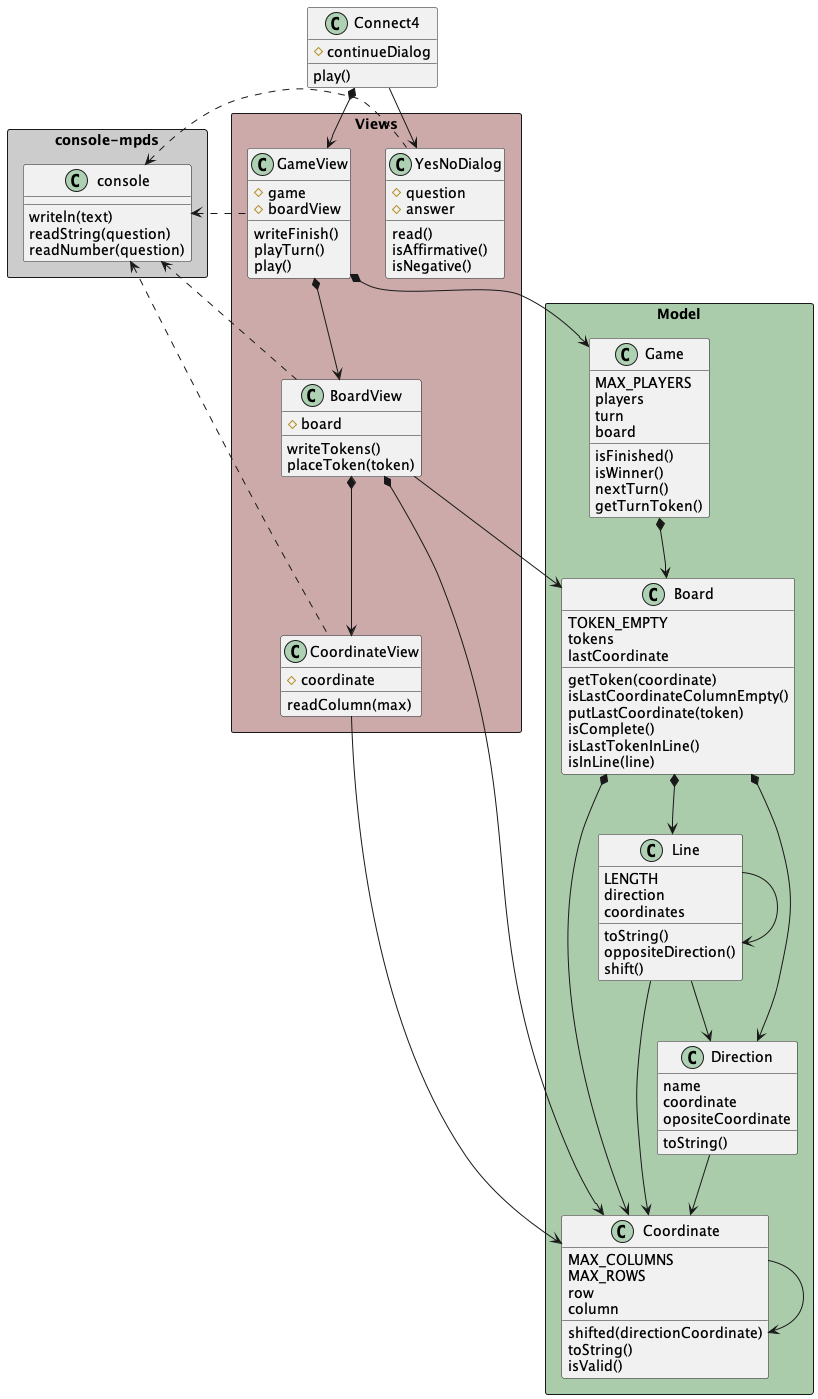
Earlier version of the PlantUML export game-connect4/docs/diagrams/objectOriented/constructorFunction/class diagram/connect4_constructorFunction_classdiagram.png (mpaulaherrero/escuelaIT).
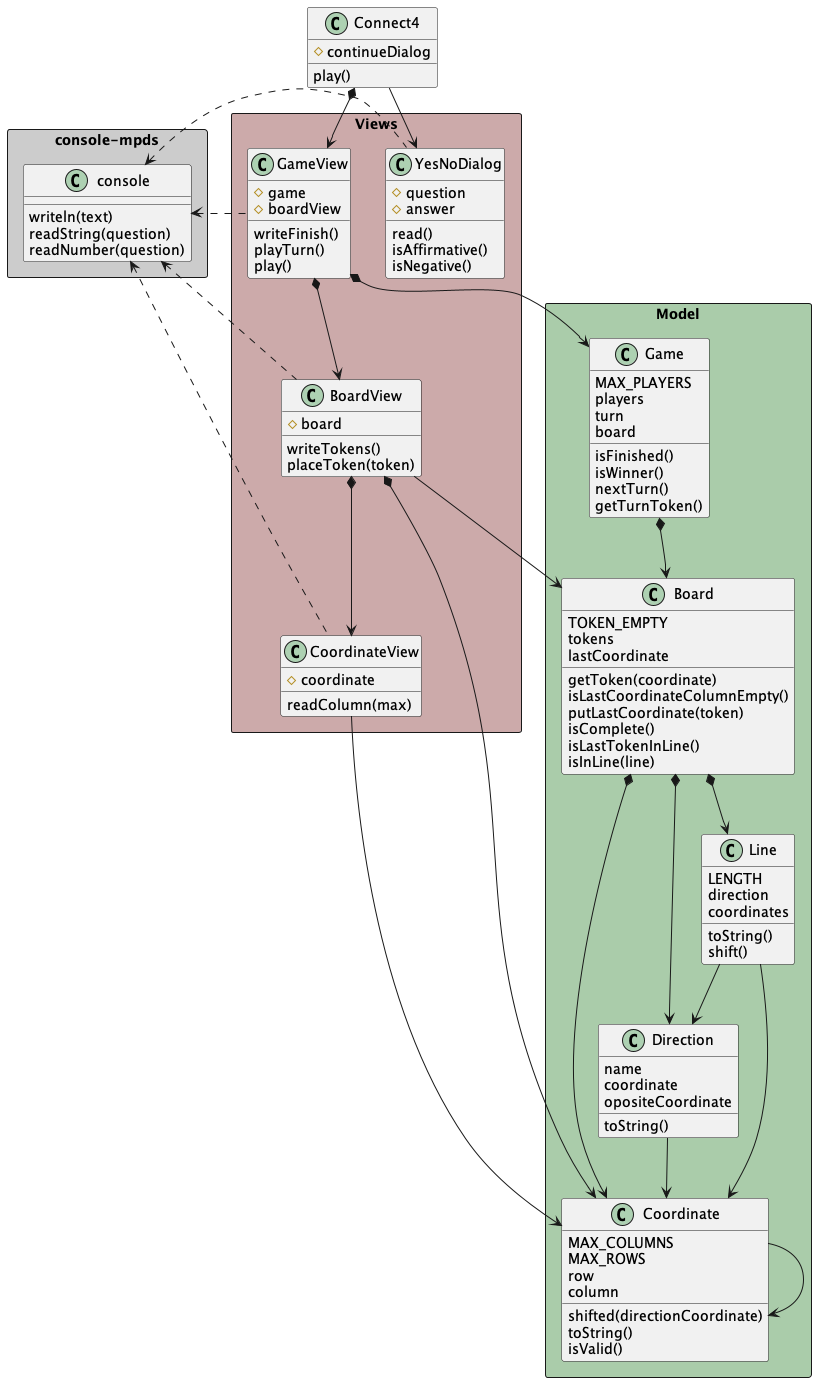
Later version of the same file.

Commit message:
eliminar oppositeDirection() de Line no se usa

Diff of the diagram source:
```diff
@@ -31,7 +31,6 @@
         direction
         coordinates
         toString()
-        oppositeDirection()
         shift()
     }
 
@@ -99,7 +98,6 @@
 
 Direction -down-> Coordinate
 
-Line -> Line
 Line -down-> Coordinate
 Line -down-> Direction
 
```
